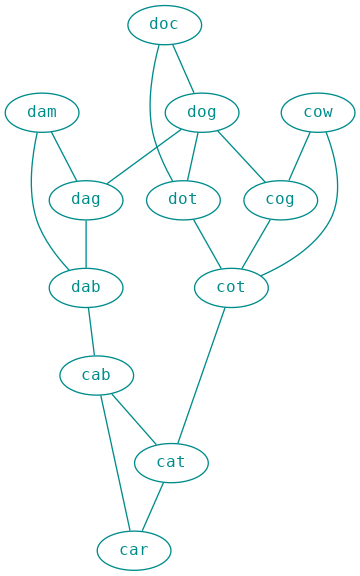
The Graphviz diagram word-ladder/src/images/example.png in ToF-/CodeKatas, before a commit. Its source is kept beside it as word-ladder/src/example.gv.
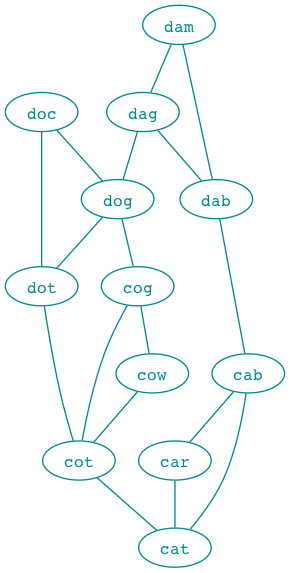
After the change.

Commit message:
graph wordladder example

What changed in the source:
```diff
@@ -4,18 +4,18 @@
     cab -> { cat } [dir=none];
     cab -> { car } [dir=none];
     car -> { cat } [dir=none];
+    dab -> { cab } [dir=none];
     cot -> { cat } [dir=none];
+    cog -> { cot } [dir=none];
     cow -> { cot } [dir=none];
-    cow -> { cog } [dir=none];
-    cog -> { cot } [dir=none];
-    dab -> { cab } [dir=none];
+    cog -> { cow } [dir=none];
+    dog -> { cog } [dir=none];
     dot -> { cot } [dir=none];
     dag -> { dab } [dir=none];
     dam -> { dab } [dir=none];
-    dog -> { cog } [dir=none];
+    dam -> { dag } [dir=none];
     doc -> { dog } [dir=none];
     doc -> { dot } [dir=none];
     dog -> { dot } [dir=none];
-    dog -> { dag } [dir=none];
-    dam -> { dag } [dir=none];
+    dag -> { dog } [dir=none];
 }
```
